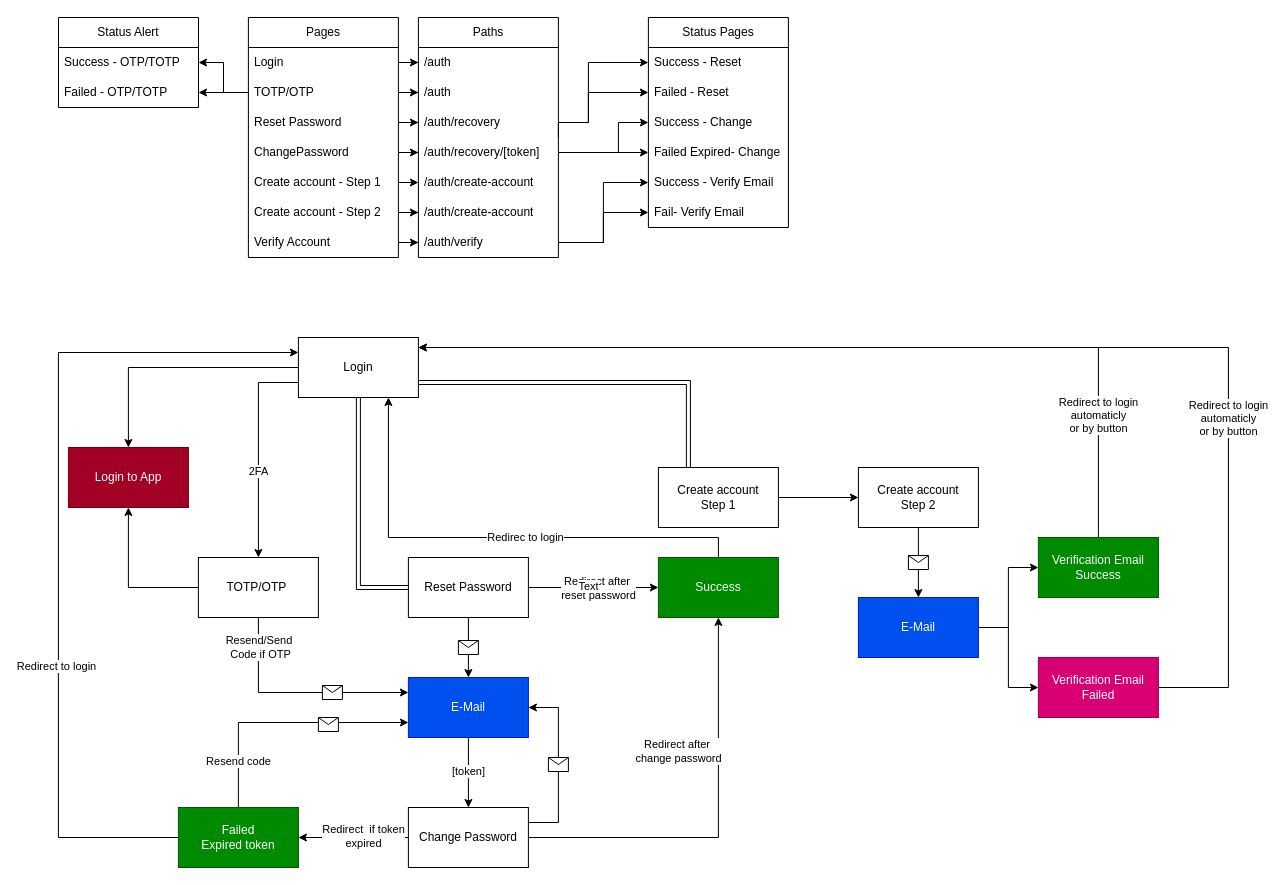
MaridiM/medic-hub keeps this draw.io diagram as frontend/docs/Medic Hub - DoctorLab-auth.drawio. Above is the earlier version. Source tidied: cells renumbered, new cells numbered last; positions are measured from the earlier drawing's top-left corner, leaving out a move shared by most shapes. Both pictures are drawn from the tidied source at 100%, with x=0, y=0 at pixel (58, 17).
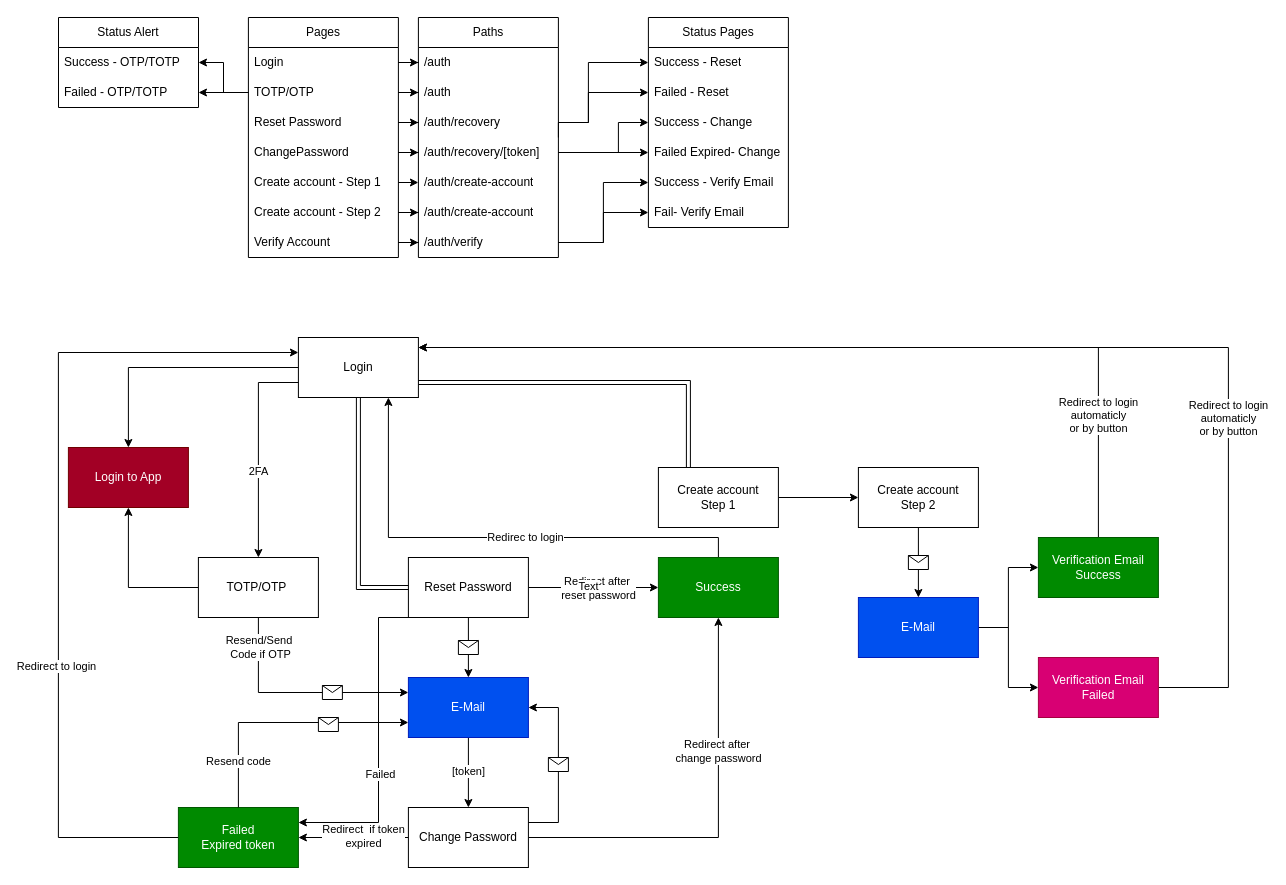
The same diagram, later.

Unchanged cells that the change refers to:
```xml
<mxCell id="9" value="Reset Password" style="rounded=0;whiteSpace=wrap;html=1;" parent="1" vertex="1">
  <mxGeometry x="349.9" y="540" width="120" height="60" as="geometry" />
</mxCell>
<mxCell id="16" style="edgeStyle=orthogonalEdgeStyle;rounded=0;jettySize=auto;html=1;entryX=0.5;entryY=1;entryDx=0;entryDy=0;" parent="1" edge="1" source="19" target="34">
  <mxGeometry relative="1" as="geometry">
    <Array as="points">
      <mxPoint x="659.9" y="820" />
    </Array>
  </mxGeometry>
</mxCell>
<mxCell id="49" value="Failed&lt;br&gt;Expired token" style="rounded=0;whiteSpace=wrap;html=1;fillColor=light-dark(#008A00,#CC0000);fontColor=light-dark(#FFFFFF,#FFFFFF);strokeColor=#005700;" parent="1" vertex="1">
  <mxGeometry x="119.9" y="790" width="120" height="60" as="geometry" />
</mxCell>
```

Change to the diagram source:
```diff
@@
+    <mxCell id="95" style="edgeStyle=orthogonalEdgeStyle;rounded=0;jettySize=auto;html=1;entryX=1;entryY=0.25;entryDx=0;entryDy=0;exitX=0.25;exitY=1;exitDx=0;exitDy=0;" parent="1" edge="1" source="9" target="49">
+      <mxGeometry relative="1" as="geometry">
+        <Array as="points">
+          <mxPoint x="320" y="600" />
+          <mxPoint x="320" y="805" />
+        </Array>
+      </mxGeometry>
+    </mxCell>
+    <mxCell id="96" value="Failed" style="edgeLabel;html=1;align=center;verticalAlign=middle;" parent="95" vertex="1">
+      <mxGeometry x="0.25" y="1" relative="1" as="geometry" />
+    </mxCell>
@@
     <mxCell id="17" value="Redirect&amp;nbsp;&lt;span style=&quot;background-color: light-dark(#ffffff, var(--ge-dark-color, #121212)); color: light-dark(rgb(0, 0, 0), rgb(255, 255, 255));&quot;&gt;after&amp;nbsp;&lt;/span&gt;&lt;div&gt;&lt;span style=&quot;background-color: light-dark(#ffffff, var(--ge-dark-color, #121212)); color: light-dark(rgb(0, 0, 0), rgb(255, 255, 255));&quot;&gt;change password&lt;/span&gt;&lt;/div&gt;" style="edgeLabel;html=1;align=center;verticalAlign=middle;" parent="16" vertex="1">
       <mxGeometry x="-0.3" y="1" relative="1" as="geometry">
-        <mxPoint x="6" y="-86" as="offset" />
+        <mxPoint x="46" y="-86" as="offset" />
       </mxGeometry>
     </mxCell>
```
